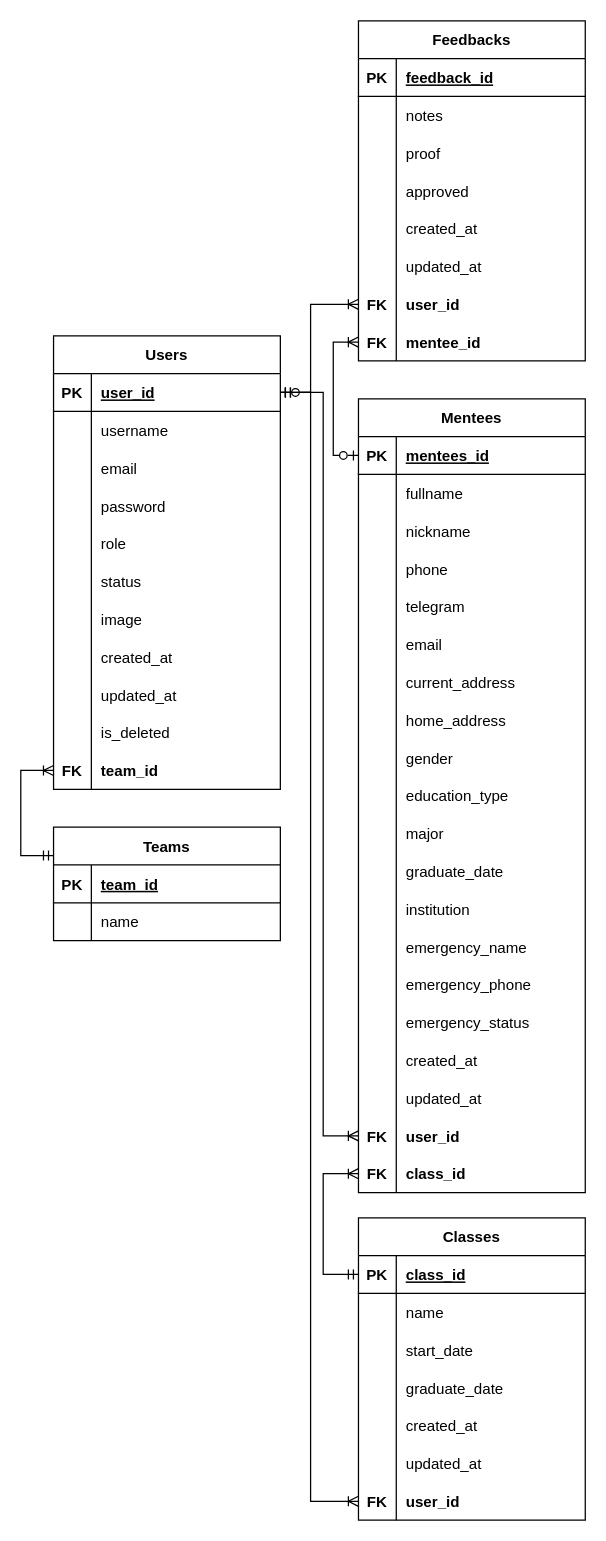
Above: docs/ERD Immersive Dashboard App.drawio in GroupProject2-Kelompok4/BE (draw.io), before the change. Source tidied: cells renumbered, new cells numbered last; positions are measured from the earlier drawing's top-left corner, leaving out a move shared by most shapes. Both pictures are drawn from the tidied source at 126%, with x=0, y=0 at pixel (20, 20).
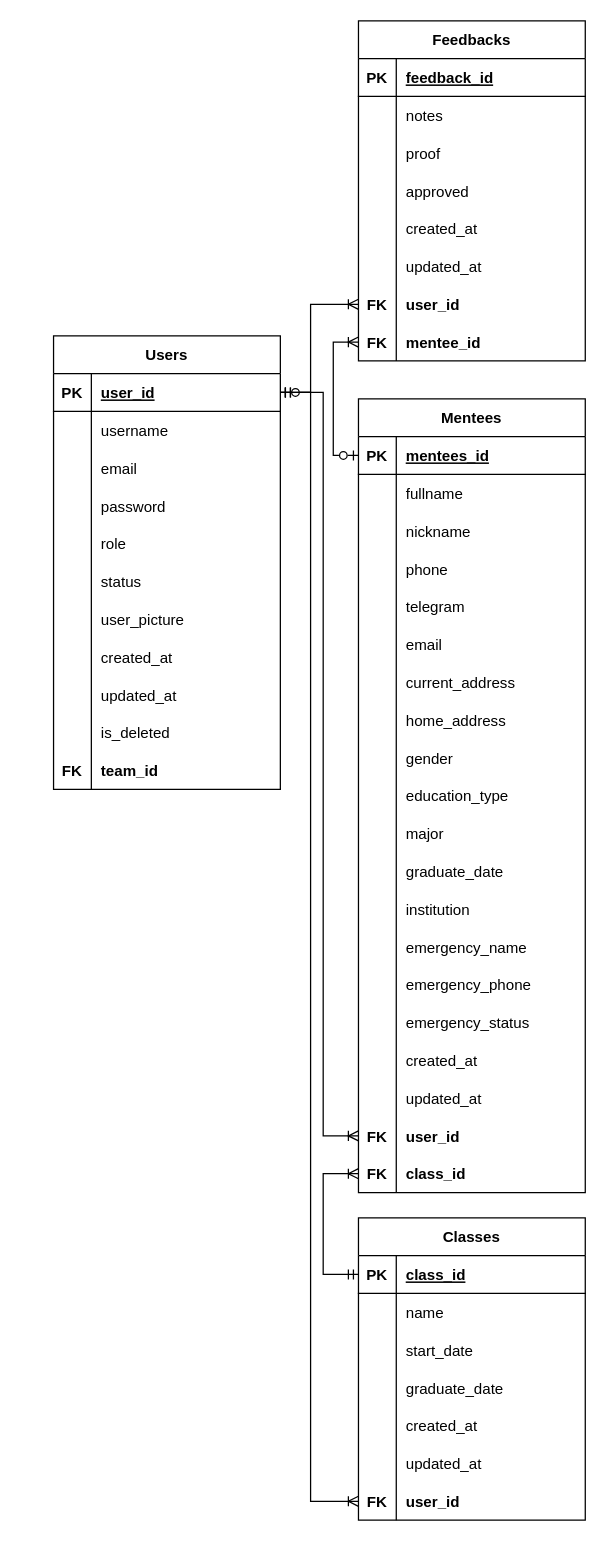
After the change.

The change refers to these unchanged cells:
```xml
<mxCell id="21" style="shape=tableRow;horizontal=0;startSize=0;swimlaneHead=0;swimlaneBody=0;fillColor=none;top=0;left=0;right=0;bottom=0;" parent="2" vertex="1">
  <mxGeometry y="210" width="180" height="30" as="geometry" />
</mxCell>
<mxCell id="33" style="shape=tableRow;horizontal=0;startSize=0;swimlaneHead=0;swimlaneBody=0;fillColor=none;points=[[0,0.5],[1,0.5]];portConstraint=eastwest;top=0;left=0;right=0;bottom=0;" parent="2" vertex="1">
  <mxGeometry y="330" width="180" height="30" as="geometry" />
</mxCell>
```

Change to the diagram source:
```diff
@@
-    <mxCell id="23" value="image" style="shape=partialRectangle;fillColor=none;top=0;left=0;bottom=0;right=0;align=left;spacingLeft=6;overflow=hidden;" parent="21" vertex="1">
+    <mxCell id="23" value="user_picture" style="shape=partialRectangle;fillColor=none;top=0;left=0;bottom=0;right=0;align=left;spacingLeft=6;overflow=hidden;" parent="21" vertex="1">
       <mxGeometry x="30" width="150" height="30" as="geometry" />
     </mxCell>
@@
-    <mxCell id="36" value="Teams" style="shape=table;startSize=30;childLayout=tableLayout;rowLines=0;fontStyle=1;align=center;" parent="1" vertex="1">
-      <mxGeometry x="26" y="640" width="180" height="90" as="geometry" />
-    </mxCell>
-    <mxCell id="37" style="shape=tableRow;horizontal=0;startSize=0;swimlaneHead=0;swimlaneBody=0;fillColor=none;top=0;left=0;right=0;bottom=1;" parent="36" vertex="1">
-      <mxGeometry y="30" width="180" height="30" as="geometry" />
-    </mxCell>
-    <mxCell id="38" value="PK" style="shape=partialRectangle;fillColor=none;top=0;left=0;bottom=0;right=0;fontStyle=1;overflow=hidden;" parent="37" vertex="1">
-      <mxGeometry width="30" height="30" as="geometry" />
-    </mxCell>
-    <mxCell id="39" value="team_id" style="shape=partialRectangle;fillColor=none;top=0;left=0;bottom=0;right=0;align=left;spacingLeft=6;fontStyle=5;overflow=hidden;" parent="37" vertex="1">
-      <mxGeometry x="30" width="150" height="30" as="geometry" />
-    </mxCell>
-    <mxCell id="40" style="shape=tableRow;horizontal=0;startSize=0;swimlaneHead=0;swimlaneBody=0;fillColor=none;top=0;left=0;right=0;bottom=0;" parent="36" vertex="1">
-      <mxGeometry y="60" width="180" height="30" as="geometry" />
-    </mxCell>
-    <mxCell id="41" style="shape=partialRectangle;fillColor=none;top=0;left=0;bottom=0;right=0;overflow=hidden;" parent="40" vertex="1">
-      <mxGeometry width="30" height="30" as="geometry" />
-    </mxCell>
-    <mxCell id="42" value="name" style="shape=partialRectangle;fillColor=none;top=0;left=0;bottom=0;right=0;align=left;spacingLeft=6;overflow=hidden;" parent="40" vertex="1">
-      <mxGeometry x="30" width="150" height="30" as="geometry" />
-    </mxCell>
@@
-    <mxCell id="151" style="edgeStyle=elbowEdgeStyle;fontSize=12;html=1;endArrow=ERoneToMany;startArrow=ERmandOne;endFill=0;entryX=0;entryY=0.5;entryDx=0;entryDy=0;rounded=0;exitX=0;exitY=0.25;exitDx=0;exitDy=0;" parent="1" edge="1" source="36" target="33">
-      <mxGeometry relative="1" as="geometry">
-        <Array as="points">
-          <mxPoint y="640" />
-        </Array>
-      </mxGeometry>
-    </mxCell>
```
